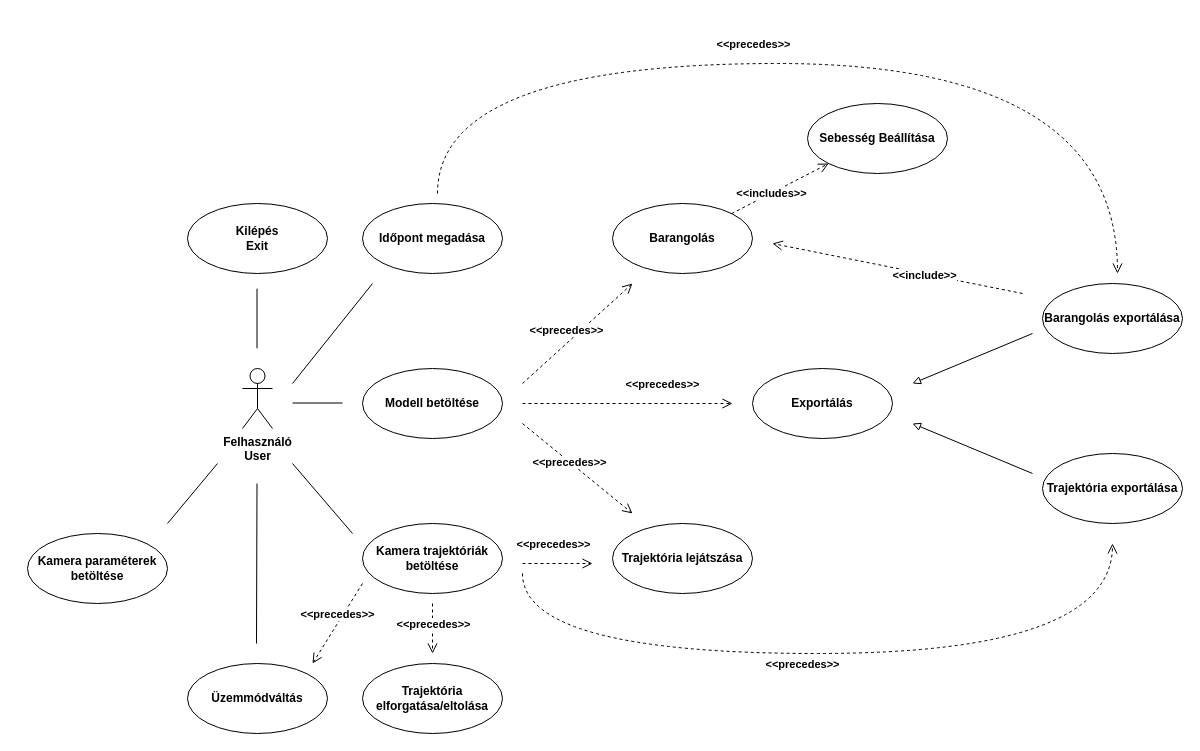
Above: page "user_diagram" (1 of 4) of starting_material/Thesis.drawio in poros-tamas-gabor/ELTE-IK-DIPLOMA (draw.io), before the change. Source tidied: cells renumbered, new cells numbered last; positions are measured from the earlier drawing's top-left corner, leaving out a move shared by most shapes. Both pictures are drawn from the tidied source at 100%, with x=0, y=0 at pixel (27, 63).
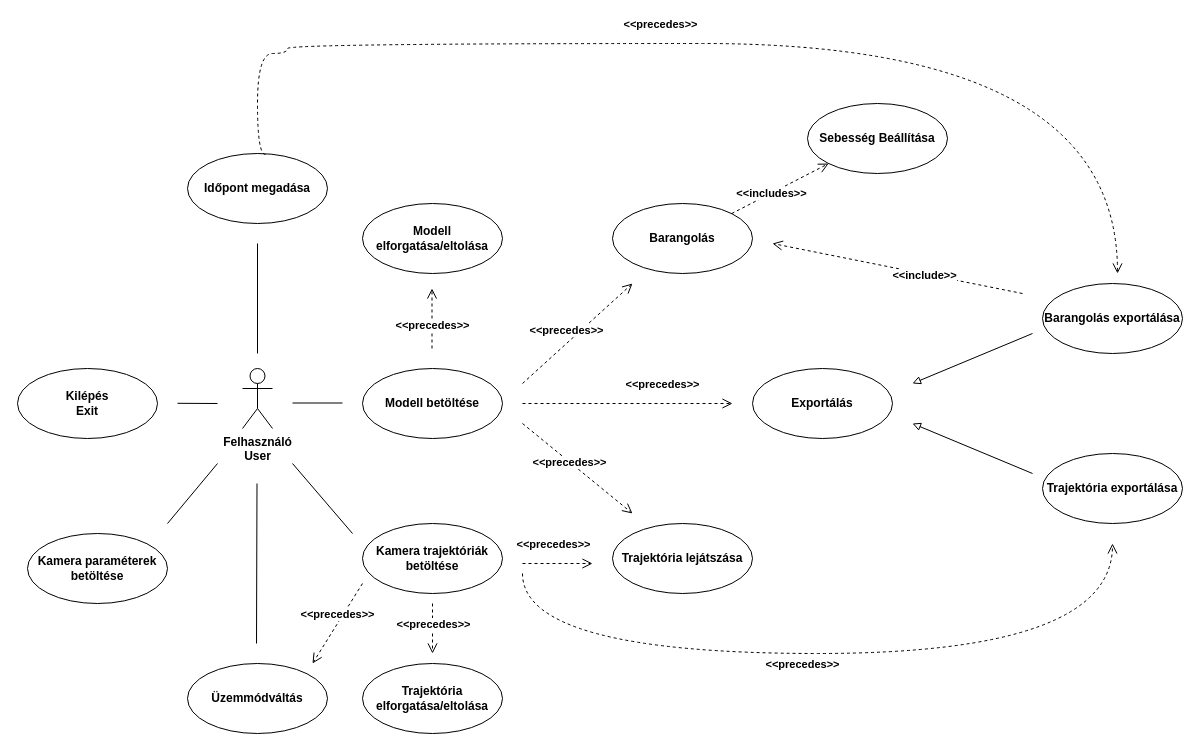
Above is the later version.

Diff of the diagram source:
```diff
@@
     <mxCell id="4" value="Kilépés&lt;br&gt;Exit" style="ellipse;whiteSpace=wrap;html=1;fontStyle=1;" parent="1" vertex="1">
-      <mxGeometry x="160" y="140" width="140" height="70" as="geometry" />
+      <mxGeometry x="-10" y="305" width="140" height="70" as="geometry" />
     </mxCell>
@@
     <mxCell id="6" style="endArrow=none;html=1;rounded=0;fontStyle=1;" parent="1" edge="1">
-      <mxGeometry x="-1220" y="279.8" as="geometry">
-        <mxPoint x="265" y="320" as="sourcePoint" />
-        <mxPoint x="345" y="220" as="targetPoint" />
+      <mxGeometry x="-1255" y="249.8" as="geometry">
+        <mxPoint x="230" y="290" as="sourcePoint" />
+        <mxPoint x="230" y="180" as="targetPoint" />
       </mxGeometry>
     </mxCell>
@@
     <mxCell id="8" value="Időpont megadása" style="ellipse;whiteSpace=wrap;html=1;fontStyle=1;" parent="1" vertex="1">
-      <mxGeometry x="335" y="140" width="140" height="70" as="geometry" />
+      <mxGeometry x="160" y="90" width="140" height="70" as="geometry" />
     </mxCell>
@@
-    <mxCell id="20" style="edgeStyle=orthogonalEdgeStyle;rounded=0;orthogonalLoop=1;jettySize=auto;html=1;dashed=1;endArrow=open;endFill=0;endSize=8;elbow=vertical;curved=1;" parent="1" edge="1">
+    <mxCell id="20" style="edgeStyle=orthogonalEdgeStyle;rounded=0;jettySize=auto;html=1;dashed=1;endArrow=open;endFill=0;endSize=8;elbow=vertical;curved=1;exitX=0.557;exitY=0.014;exitDx=0;exitDy=0;exitPerimeter=0;" parent="1" edge="1" source="8">
       <mxGeometry relative="1" as="geometry">
-        <mxPoint x="410" y="130" as="sourcePoint" />
         <mxPoint x="1090" y="210" as="targetPoint" />
         <Array as="points">
-          <mxPoint x="410" />
-          <mxPoint x="1090" />
+          <mxPoint x="230" y="91" />
+          <mxPoint x="230" y="-10" />
+          <mxPoint x="260" y="-10" />
+          <mxPoint x="260" y="-20" />
+          <mxPoint x="1090" y="-20" />
         </Array>
       </mxGeometry>
     </mxCell>
@@
     <mxCell id="32" style="endArrow=none;html=1;rounded=0;fontStyle=1;" parent="1" edge="1">
-      <mxGeometry x="-1090.5" y="263.6" as="geometry">
-        <mxPoint x="229.5" y="284.8" as="sourcePoint" />
-        <mxPoint x="229.5" y="225.2" as="targetPoint" />
+      <mxGeometry x="-1110.5" y="318.3" as="geometry">
+        <mxPoint x="190" y="340" as="sourcePoint" />
+        <mxPoint x="150" y="339.8" as="targetPoint" />
       </mxGeometry>
     </mxCell>
@@
+    <mxCell id="44" value="Modell elforgatása/eltolása" style="ellipse;whiteSpace=wrap;html=1;fontStyle=1;" parent="1" vertex="1">
+      <mxGeometry x="335" y="140" width="140" height="70" as="geometry" />
+    </mxCell>
+    <mxCell id="45" style="edgeStyle=none;rounded=0;orthogonalLoop=1;jettySize=auto;html=1;dashed=1;endArrow=open;endFill=0;endSize=8;" parent="1" edge="1">
+      <mxGeometry relative="1" as="geometry">
+        <mxPoint x="404.5" y="285" as="sourcePoint" />
+        <mxPoint x="404.5" y="225" as="targetPoint" />
+      </mxGeometry>
+    </mxCell>
+    <mxCell id="46" value="&amp;lt;&amp;lt;precedes&amp;gt;&amp;gt;" style="edgeLabel;html=1;align=center;verticalAlign=middle;fontStyle=1;" parent="45" vertex="1">
+      <mxGeometry x="-0.2" relative="1" as="geometry" />
+    </mxCell>
```
